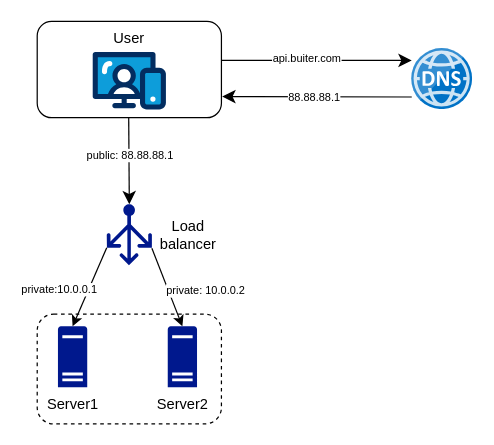
mlorentedev/mlorentedev.github.io keeps this draw.io diagram as page "three-tier" (3 of 5) of assets/img/2024-09-15/diagrams.drawio. Above is the earlier version. Source tidied: cells renumbered, new cells numbered last; positions are measured from the earlier drawing's top-left corner, leaving out a move shared by most shapes. Both pictures are drawn from the tidied source at 122%, with x=0, y=0 at pixel (37, 21).
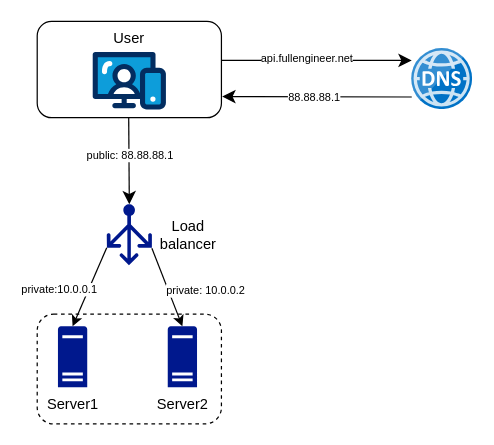
After the change.

Unchanged cells that the change refers to:
```xml
<mxCell id="7" style="endArrow=classic;html=1;rounded=0;fontSize=12;startSize=8;endSize=8;curved=1;exitX=0.998;exitY=0.287;exitDx=0;exitDy=0;exitPerimeter=0;" parent="2" edge="1">
  <mxGeometry relative="1" as="geometry">
    <mxPoint x="151" y="32" as="sourcePoint" />
    <mxPoint x="307" y="32" as="targetPoint" />
  </mxGeometry>
</mxCell>
```

Diff of the diagram source:
```diff
@@
-    <mxCell id="8" value="api.buiter.com" style="edgeLabel;html=1;align=center;verticalAlign=middle;fontSize=9;" parent="7" vertex="1">
+    <mxCell id="8" value="api.fullengineer.net" style="edgeLabel;html=1;align=center;verticalAlign=middle;fontSize=9;" parent="7" vertex="1">
       <mxGeometry x="-0.47" y="-1" relative="1" as="geometry">
         <mxPoint x="28" y="-3" as="offset" />
       </mxGeometry>
     </mxCell>
```
